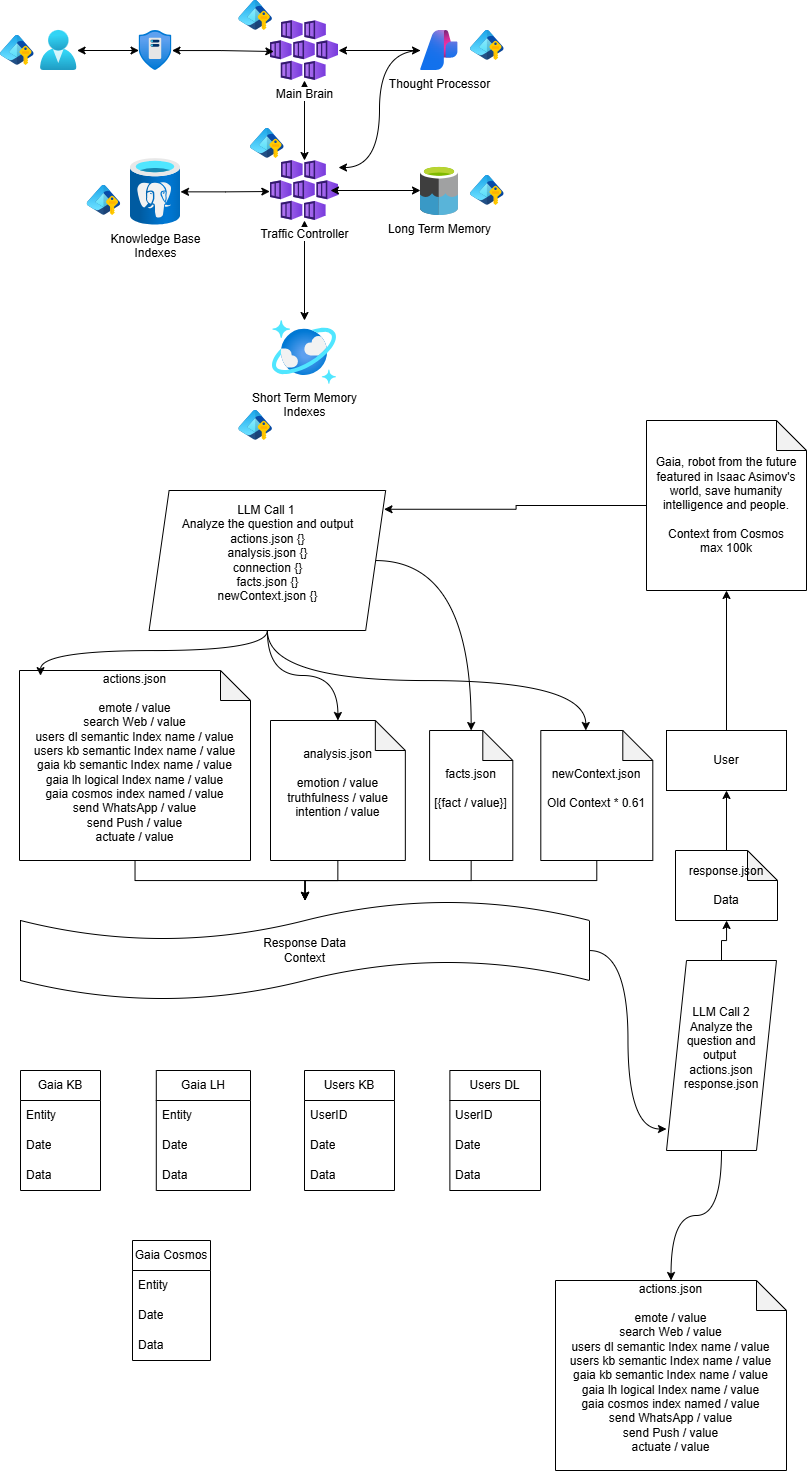
threadkeeper/gaia-robot keeps this draw.io diagram as Gaia Physical Architecture.drawio.png. Above is the earlier version. Source tidied: cells renumbered, new cells last; positions are measured from the earlier drawing's top-left corner, leaving out a move shared by most shapes.
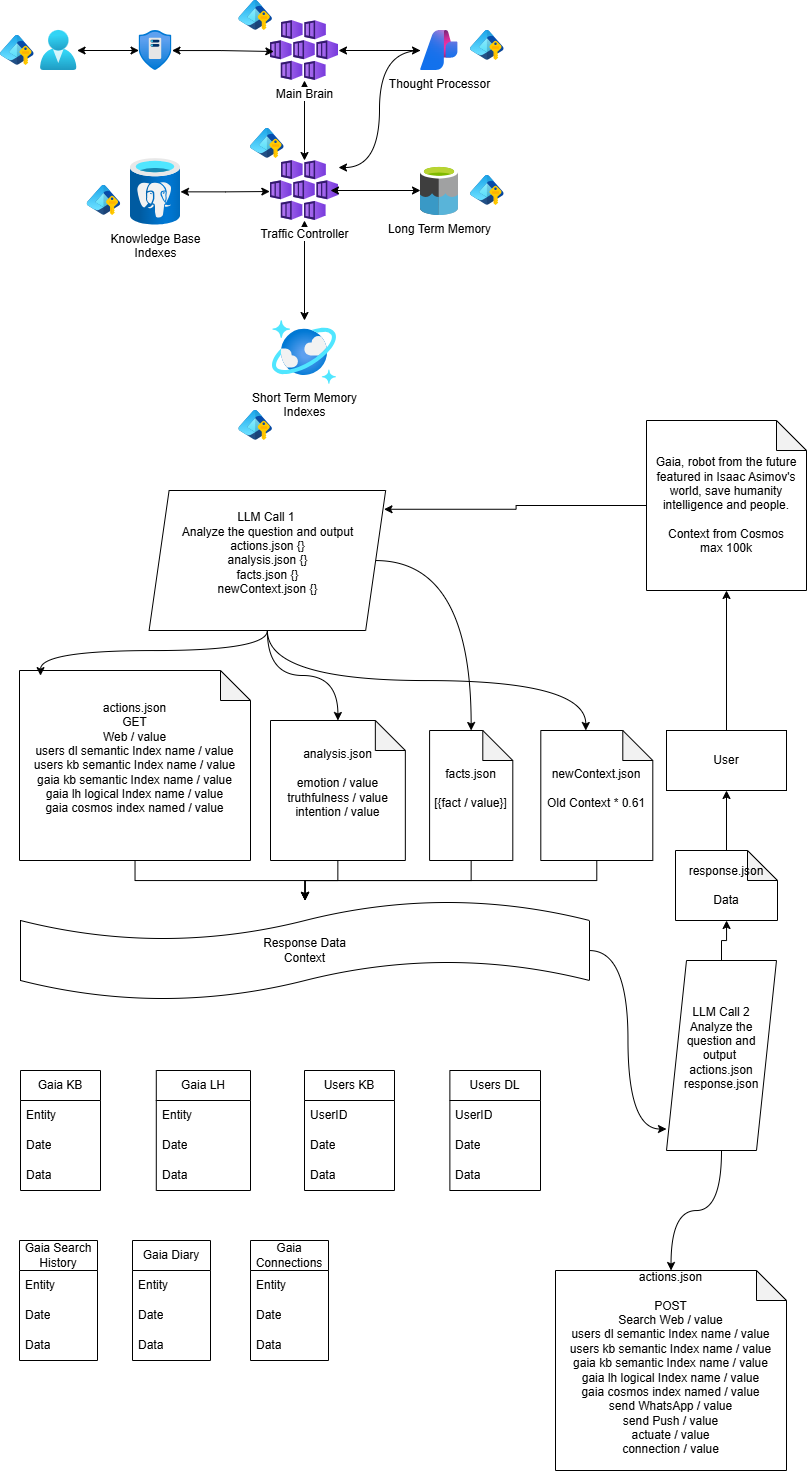
The same diagram one commit later.

What changed in the source:
```diff
@@ -83,13 +83,13 @@
     <mxCell id="28" style="edgeStyle=orthogonalEdgeStyle;rounded=0;jettySize=auto;html=1;" parent="1" edge="1" source="29" target="45">
       <mxGeometry relative="1" as="geometry" />
     </mxCell>
-    <mxCell id="29" value="actions.json&lt;br&gt;&lt;br&gt;emote / value &lt;br&gt;search Web / value&lt;div&gt;users dl semantic Index name / value&lt;br&gt;users kb semantic Index name / value&lt;br&gt;gaia kb semantic Index name / value&lt;br&gt;gaia lh logical Index name / value&lt;/div&gt;&lt;div&gt;gaia cosmos index named / value&lt;br&gt;send WhatsApp / value&lt;br&gt;send Push / value&lt;br&gt;actuate / value&lt;br&gt;&lt;br&gt;&lt;/div&gt;" style="shape=note;whiteSpace=wrap;html=1;backgroundOutline=1;darkOpacity=0.05;" parent="1" vertex="1">
+    <mxCell id="29" value="actions.json&lt;br&gt;GET&lt;br&gt;Web / value&lt;div&gt;users dl semantic Index name / value&lt;br&gt;users kb semantic Index name / value&lt;br&gt;gaia kb semantic Index name / value&lt;br&gt;gaia lh logical Index name / value&lt;/div&gt;&lt;div&gt;gaia cosmos index named / value&lt;br&gt;&lt;br&gt;&lt;/div&gt;" style="shape=note;whiteSpace=wrap;html=1;backgroundOutline=1;darkOpacity=0.05;" parent="1" vertex="1">
       <mxGeometry x="19" y="670" width="231" height="190" as="geometry" />
     </mxCell>
     <mxCell id="30" style="edgeStyle=orthogonalEdgeStyle;rounded=0;jettySize=auto;html=1;curved=1;" parent="1" edge="1" source="31" target="37">
       <mxGeometry relative="1" as="geometry" />
     </mxCell>
-    <mxCell id="31" value="LLM Call 1&amp;nbsp;&lt;br&gt;Analyze the question and output actions.json {}&lt;br&gt;analysis.json {}&lt;div&gt;connection {}&lt;br&gt;facts.json {}&lt;br&gt;newContext.json {}&lt;br&gt;&lt;div&gt;&lt;br&gt;&lt;/div&gt;&lt;/div&gt;" style="shape=parallelogram;perimeter=parallelogramPerimeter;whiteSpace=wrap;html=1;fixedSize=1;" parent="1" vertex="1">
+    <mxCell id="31" value="LLM Call 1&amp;nbsp;&lt;br&gt;Analyze the question and output actions.json {}&lt;br&gt;analysis.json {}&lt;div&gt;facts.json {}&lt;br&gt;newContext.json {}&lt;br&gt;&lt;div&gt;&lt;br&gt;&lt;/div&gt;&lt;/div&gt;" style="shape=parallelogram;perimeter=parallelogramPerimeter;whiteSpace=wrap;html=1;fixedSize=1;" parent="1" vertex="1">
       <mxGeometry x="148.6" y="490" width="236.6" height="140" as="geometry" />
     </mxCell>
     <mxCell id="32" style="edgeStyle=orthogonalEdgeStyle;rounded=0;jettySize=auto;html=1;" parent="1" edge="1" source="33" target="45">
@@ -125,7 +125,7 @@
     <mxCell id="42" style="edgeStyle=orthogonalEdgeStyle;rounded=0;jettySize=auto;html=1;curved=1;" parent="1" edge="1" source="43" target="69">
       <mxGeometry relative="1" as="geometry" />
     </mxCell>
-    <mxCell id="43" value="LLM Call 2&lt;br&gt;Analyze the question and output&amp;nbsp;&lt;br&gt;actions.json&lt;br&gt;response.json&lt;br&gt;&lt;div&gt;&lt;br&gt;&lt;/div&gt;" style="shape=parallelogram;perimeter=parallelogramPerimeter;whiteSpace=wrap;html=1;fixedSize=1;" parent="1" vertex="1">
+    <mxCell id="43" value="LLM Call 2&lt;br&gt;Analyze the question and output&amp;nbsp;&lt;br&gt;actions.json&lt;br&gt;response.json&lt;div&gt;&lt;div&gt;&lt;div&gt;&lt;br&gt;&lt;/div&gt;&lt;/div&gt;&lt;/div&gt;" style="shape=parallelogram;perimeter=parallelogramPerimeter;whiteSpace=wrap;html=1;fixedSize=1;" parent="1" vertex="1">
       <mxGeometry x="666" y="960" width="110" height="190" as="geometry" />
     </mxCell>
     <mxCell id="44" style="edgeStyle=orthogonalEdgeStyle;rounded=0;jettySize=auto;html=1;curved=1;entryX=0;entryY=0.887;entryDx=0;entryDy=0;entryPerimeter=0;" parent="1" edge="1" source="45" target="43">
@@ -185,7 +185,7 @@
     <mxCell id="62" value="Data" style="text;strokeColor=none;fillColor=none;align=left;verticalAlign=middle;spacingLeft=4;spacingRight=4;overflow=hidden;whiteSpace=wrap;html=1;" parent="59" vertex="1">
       <mxGeometry y="90" width="90.6" height="30" as="geometry" />
     </mxCell>
-    <mxCell id="63" value="Gaia Cosmos" style="swimlane;fontStyle=0;horizontal=1;startSize=30;whiteSpace=wrap;html=1;" parent="1" vertex="1">
+    <mxCell id="63" value="Gaia Diary" style="swimlane;fontStyle=0;horizontal=1;startSize=30;whiteSpace=wrap;html=1;" parent="1" vertex="1">
       <mxGeometry x="132" y="1240" width="78" height="120" as="geometry" />
     </mxCell>
     <mxCell id="64" value="Entity" style="text;strokeColor=none;fillColor=none;align=left;verticalAlign=middle;spacingLeft=4;spacingRight=4;overflow=hidden;whiteSpace=wrap;html=1;" parent="63" vertex="1">
@@ -203,8 +203,32 @@
     <mxCell id="68" value="response.json&lt;br&gt;&lt;br&gt;&lt;div&gt;Data&lt;/div&gt;" style="shape=note;whiteSpace=wrap;html=1;backgroundOutline=1;darkOpacity=0.05;" parent="1" vertex="1">
       <mxGeometry x="675" y="850" width="102" height="70" as="geometry" />
     </mxCell>
-    <mxCell id="69" value="actions.json&lt;br&gt;&lt;br&gt;emote / value &lt;br&gt;search Web / value&lt;div&gt;users dl semantic Index name / value&lt;br&gt;users kb semantic Index name / value&lt;br&gt;gaia kb semantic Index name / value&lt;br&gt;gaia lh logical Index name / value&lt;/div&gt;&lt;div&gt;gaia cosmos index named / value&lt;br&gt;send WhatsApp / value&lt;br&gt;send Push / value&lt;br&gt;actuate / value&lt;br&gt;&lt;br&gt;&lt;/div&gt;" style="shape=note;whiteSpace=wrap;html=1;backgroundOutline=1;darkOpacity=0.05;" parent="1" vertex="1">
-      <mxGeometry x="555" y="1280" width="231" height="190" as="geometry" />
+    <mxCell id="69" value="actions.json&lt;br&gt;&lt;br&gt;POST&lt;br&gt;Search Web / value&lt;div&gt;users dl semantic Index name / value&lt;br&gt;users kb semantic Index name / value&lt;br&gt;gaia kb semantic Index name / value&lt;br&gt;gaia lh logical Index name / value&lt;/div&gt;&lt;div&gt;gaia cosmos index named / value&lt;br&gt;send WhatsApp / value&lt;br&gt;send Push / value&lt;br&gt;actuate / value&lt;/div&gt;&lt;div&gt;connection / value&lt;br&gt;&lt;br&gt;&lt;/div&gt;" style="shape=note;whiteSpace=wrap;html=1;backgroundOutline=1;darkOpacity=0.05;" parent="1" vertex="1">
+      <mxGeometry x="555" y="1270" width="231" height="200" as="geometry" />
     </mxCell>
+    <mxCell id="70" value="Gaia Connections" style="swimlane;fontStyle=0;horizontal=1;startSize=30;whiteSpace=wrap;html=1;" parent="1" vertex="1">
+      <mxGeometry x="250" y="1240" width="78" height="120" as="geometry" />
+    </mxCell>
+    <mxCell id="71" value="Entity" style="text;strokeColor=none;fillColor=none;align=left;verticalAlign=middle;spacingLeft=4;spacingRight=4;overflow=hidden;whiteSpace=wrap;html=1;" parent="70" vertex="1">
+      <mxGeometry y="30" width="78" height="30" as="geometry" />
+    </mxCell>
+    <mxCell id="72" value="Date" style="text;strokeColor=none;fillColor=none;align=left;verticalAlign=middle;spacingLeft=4;spacingRight=4;overflow=hidden;whiteSpace=wrap;html=1;" parent="70" vertex="1">
+      <mxGeometry y="60" width="78" height="30" as="geometry" />
+    </mxCell>
+    <mxCell id="73" value="Data" style="text;strokeColor=none;fillColor=none;align=left;verticalAlign=middle;spacingLeft=4;spacingRight=4;overflow=hidden;whiteSpace=wrap;html=1;" parent="70" vertex="1">
+      <mxGeometry y="90" width="78" height="30" as="geometry" />
+    </mxCell>
+    <mxCell id="74" value="Gaia Search History" style="swimlane;fontStyle=0;horizontal=1;startSize=30;whiteSpace=wrap;html=1;" parent="1" vertex="1">
+      <mxGeometry x="19" y="1240" width="78" height="120" as="geometry" />
+    </mxCell>
+    <mxCell id="75" value="Entity" style="text;strokeColor=none;fillColor=none;align=left;verticalAlign=middle;spacingLeft=4;spacingRight=4;overflow=hidden;whiteSpace=wrap;html=1;" parent="74" vertex="1">
+      <mxGeometry y="30" width="78" height="30" as="geometry" />
+    </mxCell>
+    <mxCell id="76" value="Date" style="text;strokeColor=none;fillColor=none;align=left;verticalAlign=middle;spacingLeft=4;spacingRight=4;overflow=hidden;whiteSpace=wrap;html=1;" parent="74" vertex="1">
+      <mxGeometry y="60" width="78" height="30" as="geometry" />
+    </mxCell>
+    <mxCell id="77" value="Data" style="text;strokeColor=none;fillColor=none;align=left;verticalAlign=middle;spacingLeft=4;spacingRight=4;overflow=hidden;whiteSpace=wrap;html=1;" parent="74" vertex="1">
+      <mxGeometry y="90" width="78" height="30" as="geometry" />
+    </mxCell>
   </root>
 </mxGraphModel>
```
